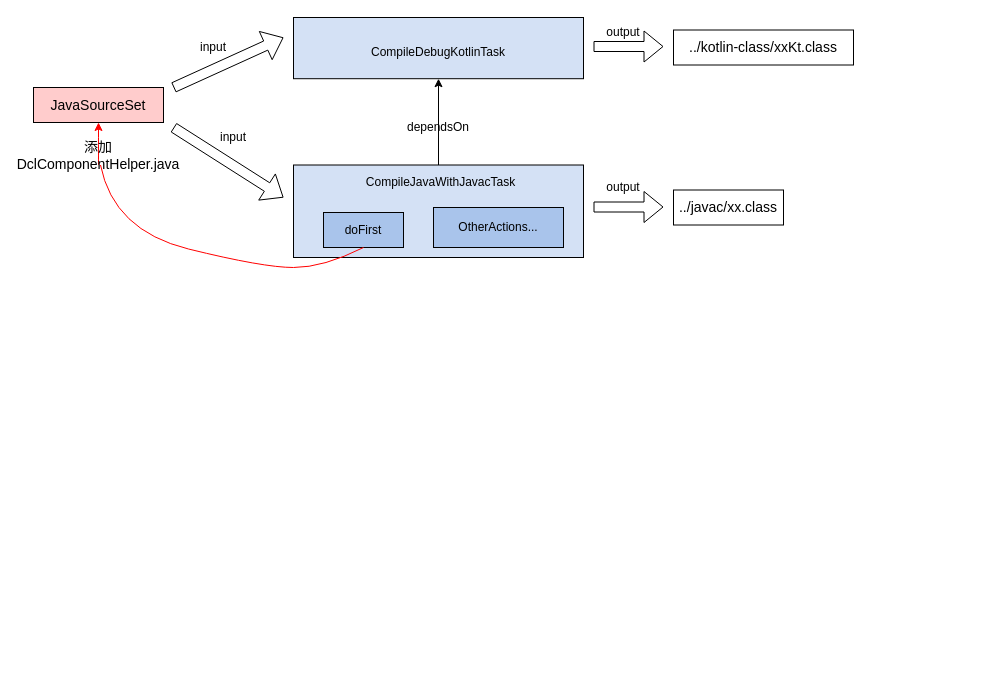
The draw.io diagram page "DclComponent" (2 of 26) of T9.drawio in shinecjj/UML, before the edit. Source tidied: cells renumbered, new cells numbered last; positions are measured from the earlier drawing's top-left corner, leaving out a move shared by most shapes. Both pictures are drawn from the tidied source at 100%, with x=0, y=0 at pixel (33, 17).
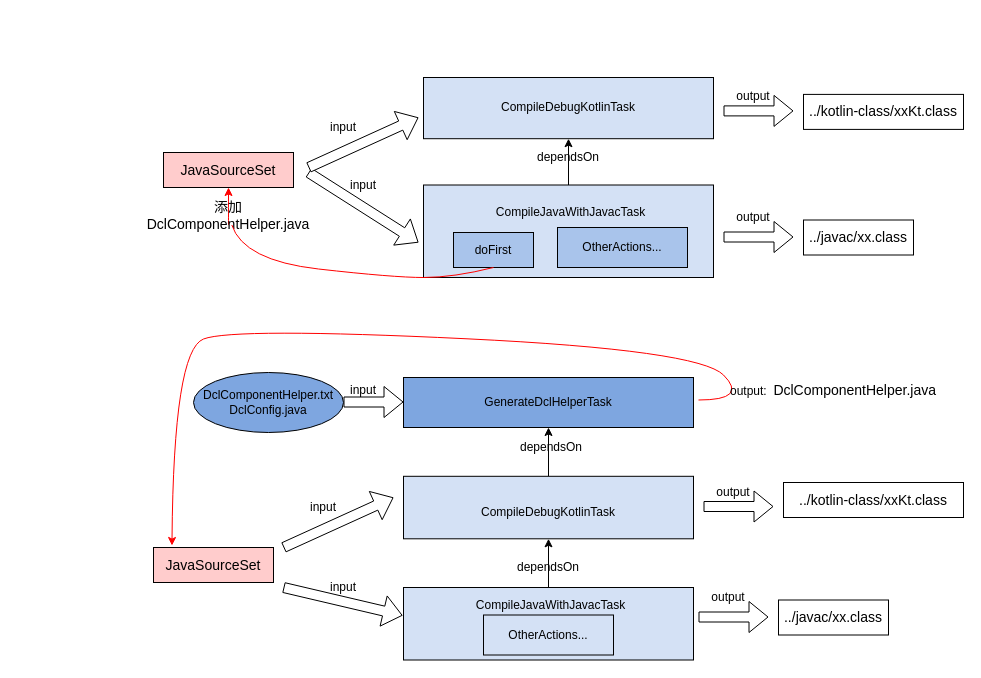
Above is the later version.

What changed in the source:
```diff
@@
     <mxCell id="2" style="rounded=0;whiteSpace=wrap;html=1;strokeColor=#000000;fillColor=#D4E1F5;" parent="1" vertex="1">
-      <mxGeometry x="260" y="147.5" width="290" height="92.5" as="geometry" />
+      <mxGeometry x="390" y="167.5" width="290" height="92.5" as="geometry" />
     </mxCell>
     <mxCell id="3" value="CompileJavaWithJavacTask" style="text;html=1;strokeColor=none;fillColor=none;align=center;verticalAlign=middle;whiteSpace=wrap;rounded=0;" parent="1" vertex="1">
-      <mxGeometry x="330" y="155" width="155" height="20" as="geometry" />
+      <mxGeometry x="460" y="185" width="155" height="20" as="geometry" />
     </mxCell>
     <mxCell id="4" value="doFirst" style="rounded=0;whiteSpace=wrap;html=1;strokeColor=#000000;fillColor=#A9C4EB;" parent="1" vertex="1">
-      <mxGeometry x="290" y="195" width="80" height="35" as="geometry" />
+      <mxGeometry x="420" y="215" width="80" height="35" as="geometry" />
     </mxCell>
     <mxCell id="5" value="OtherActions..." style="rounded=0;whiteSpace=wrap;html=1;strokeColor=#000000;fillColor=#A9C4EB;" parent="1" vertex="1">
-      <mxGeometry x="400" y="190" width="130" height="40" as="geometry" />
+      <mxGeometry x="524" y="210" width="130" height="40" as="geometry" />
     </mxCell>
     <mxCell id="6" value="&lt;span style=&quot;font-size: 14px&quot;&gt;JavaSourceSet&lt;/span&gt;" style="rounded=0;whiteSpace=wrap;html=1;strokeColor=#000000;fillColor=#FFCCCC;" parent="1" vertex="1">
-      <mxGeometry y="70" width="130" height="35" as="geometry" />
+      <mxGeometry x="130" y="135" width="130" height="35" as="geometry" />
     </mxCell>
@@
     <mxCell id="8" value="input" style="text;html=1;strokeColor=none;fillColor=none;align=center;verticalAlign=middle;whiteSpace=wrap;rounded=0;" parent="1" vertex="1">
-      <mxGeometry x="180" y="110" width="40" height="20" as="geometry" />
+      <mxGeometry x="310" y="157.5" width="40" height="20" as="geometry" />
     </mxCell>
     <mxCell id="9" style="shape=flexArrow;endArrow=classic;html=1;fillColor=#FFFFFF;" parent="1" edge="1">
       <mxGeometry relative="1" as="geometry">
-        <mxPoint x="560" y="189.5" as="sourcePoint" />
-        <mxPoint x="630" y="189.5" as="targetPoint" />
+        <mxPoint x="690" y="219.5" as="sourcePoint" />
+        <mxPoint x="760" y="219.5" as="targetPoint" />
       </mxGeometry>
     </mxCell>
     <mxCell id="10" value="output" style="text;html=1;strokeColor=none;fillColor=none;align=center;verticalAlign=middle;whiteSpace=wrap;rounded=0;" parent="1" vertex="1">
-      <mxGeometry x="570" y="160" width="40" height="20" as="geometry" />
+      <mxGeometry x="700" y="190" width="40" height="20" as="geometry" />
     </mxCell>
     <mxCell id="11" value="&lt;span style=&quot;font-size: 14px&quot;&gt;../javac/xx.class&lt;/span&gt;" style="rounded=0;whiteSpace=wrap;html=1;strokeColor=#000000;fillColor=none;" parent="1" vertex="1">
-      <mxGeometry x="640" y="172.5" width="110" height="35" as="geometry" />
+      <mxGeometry x="770" y="202.5" width="110" height="35" as="geometry" />
     </mxCell>
     <mxCell id="12" style="rounded=0;whiteSpace=wrap;html=1;strokeColor=#000000;fillColor=#D4E1F5;" parent="1" vertex="1">
-      <mxGeometry x="260" width="290" height="61.2" as="geometry" />
+      <mxGeometry x="390" y="60" width="290" height="61.2" as="geometry" />
     </mxCell>
     <mxCell id="13" value="CompileDebugKotlinTask" style="text;html=1;strokeColor=none;fillColor=none;align=center;verticalAlign=middle;whiteSpace=wrap;rounded=0;" parent="1" vertex="1">
-      <mxGeometry x="385" y="25" width="40" height="20" as="geometry" />
+      <mxGeometry x="515" y="80" width="40" height="20" as="geometry" />
     </mxCell>
@@
     <mxCell id="15" value="dependsOn" style="text;html=1;strokeColor=none;fillColor=none;align=center;verticalAlign=middle;whiteSpace=wrap;rounded=0;" parent="1" vertex="1">
-      <mxGeometry x="385" y="100" width="40" height="20" as="geometry" />
+      <mxGeometry x="515" y="130" width="40" height="20" as="geometry" />
     </mxCell>
     <mxCell id="16" style="shape=flexArrow;endArrow=classic;html=1;strokeColor=#000000;fillColor=#FFFFFF;" parent="1" edge="1">
       <mxGeometry relative="1" as="geometry">
-        <mxPoint x="140" y="110" as="sourcePoint" />
-        <mxPoint x="250" y="180" as="targetPoint" />
+        <mxPoint x="275" y="155" as="sourcePoint" />
+        <mxPoint x="385" y="225" as="targetPoint" />
       </mxGeometry>
     </mxCell>
     <mxCell id="17" style="shape=flexArrow;endArrow=classic;html=1;strokeColor=#000000;fillColor=#FFFFFF;" parent="1" edge="1">
       <mxGeometry relative="1" as="geometry">
-        <mxPoint x="140" y="70" as="sourcePoint" />
-        <mxPoint x="250" y="20" as="targetPoint" />
+        <mxPoint x="275" y="150" as="sourcePoint" />
+        <mxPoint x="385" y="100" as="targetPoint" />
       </mxGeometry>
     </mxCell>
     <mxCell id="18" value="input" style="text;html=1;strokeColor=none;fillColor=none;align=center;verticalAlign=middle;whiteSpace=wrap;rounded=0;" parent="1" vertex="1">
-      <mxGeometry x="160" y="20" width="40" height="20" as="geometry" />
+      <mxGeometry x="290" y="100" width="40" height="20" as="geometry" />
     </mxCell>
     <mxCell id="19" value="&lt;span style=&quot;font-size: 14px&quot;&gt;../kotlin-class/xxKt.class&lt;/span&gt;" style="rounded=0;whiteSpace=wrap;html=1;strokeColor=#000000;fillColor=none;" parent="1" vertex="1">
-      <mxGeometry x="640" y="12.5" width="180" height="35" as="geometry" />
+      <mxGeometry x="770" y="76.9" width="160" height="35" as="geometry" />
     </mxCell>
     <mxCell id="20" style="shape=flexArrow;endArrow=classic;html=1;fillColor=#FFFFFF;" parent="1" edge="1">
       <mxGeometry relative="1" as="geometry">
-        <mxPoint x="560" y="29" as="sourcePoint" />
-        <mxPoint x="630" y="29" as="targetPoint" />
+        <mxPoint x="690" y="93.4" as="sourcePoint" />
+        <mxPoint x="760" y="93.4" as="targetPoint" />
       </mxGeometry>
     </mxCell>
     <mxCell id="21" value="output" style="text;html=1;strokeColor=none;fillColor=none;align=center;verticalAlign=middle;whiteSpace=wrap;rounded=0;" parent="1" vertex="1">
-      <mxGeometry x="570" y="5" width="40" height="20" as="geometry" />
+      <mxGeometry x="700" y="69.4" width="40" height="20" as="geometry" />
     </mxCell>
     <mxCell id="22" value="&lt;font style=&quot;font-size: 14px&quot;&gt;添加DclComponentHelper.java&lt;/font&gt;" style="text;html=1;strokeColor=none;fillColor=none;align=center;verticalAlign=middle;whiteSpace=wrap;rounded=0;" parent="1" vertex="1">
-      <mxGeometry x="45" y="127.5" width="40" height="20" as="geometry" />
+      <mxGeometry x="175" y="187.5" width="40" height="20" as="geometry" />
     </mxCell>
     <mxCell id="23" style="curved=1;endArrow=none;html=1;fillColor=#FFFFFF;exitX=0.5;exitY=1;exitDx=0;exitDy=0;strokeColor=#FF0000;" parent="1" edge="1" source="4" target="22">
       <mxGeometry relative="1" as="geometry">
         <Array as="points">
-          <mxPoint x="290" y="250" />
-          <mxPoint x="230" y="250" />
-          <mxPoint x="80" y="213" />
+          <mxPoint x="420" y="260" />
+          <mxPoint x="360" y="260" />
+          <mxPoint x="210" y="243" />
         </Array>
       </mxGeometry>
     </mxCell>
+    <mxCell id="24" style="rounded=0;whiteSpace=wrap;html=1;strokeColor=#000000;fillColor=#D4E1F5;" parent="1" vertex="1">
+      <mxGeometry x="370" y="570" width="290" height="72.5" as="geometry" />
+    </mxCell>
+    <mxCell id="25" value="CompileJavaWithJavacTask" style="text;html=1;strokeColor=none;fillColor=none;align=center;verticalAlign=middle;whiteSpace=wrap;rounded=0;" parent="1" vertex="1">
+      <mxGeometry x="440" y="577.5" width="155" height="20" as="geometry" />
+    </mxCell>
+    <mxCell id="26" value="OtherActions..." style="rounded=0;whiteSpace=wrap;html=1;strokeColor=#000000;fillColor=#D4E1F5;" parent="1" vertex="1">
+      <mxGeometry x="450" y="597.5" width="130" height="40" as="geometry" />
+    </mxCell>
+    <mxCell id="27" value="&lt;span style=&quot;font-size: 14px&quot;&gt;JavaSourceSet&lt;/span&gt;" style="rounded=0;whiteSpace=wrap;html=1;strokeColor=#000000;fillColor=#FFCCCC;" parent="1" vertex="1">
+      <mxGeometry x="120" y="530" width="120" height="35" as="geometry" />
+    </mxCell>
+    <mxCell id="28" value="input" style="text;html=1;strokeColor=none;fillColor=none;align=center;verticalAlign=middle;whiteSpace=wrap;rounded=0;" parent="1" vertex="1">
+      <mxGeometry x="290" y="550" width="40" height="40" as="geometry" />
+    </mxCell>
+    <mxCell id="29" style="shape=flexArrow;endArrow=classic;html=1;fillColor=#FFFFFF;" parent="1" edge="1">
+      <mxGeometry relative="1" as="geometry">
+        <mxPoint x="665" y="599.5" as="sourcePoint" />
+        <mxPoint x="735" y="599.5" as="targetPoint" />
+      </mxGeometry>
+    </mxCell>
+    <mxCell id="30" value="output" style="text;html=1;strokeColor=none;fillColor=none;align=center;verticalAlign=middle;whiteSpace=wrap;rounded=0;" parent="1" vertex="1">
+      <mxGeometry x="675" y="570" width="40" height="20" as="geometry" />
+    </mxCell>
+    <mxCell id="31" value="&lt;span style=&quot;font-size: 14px&quot;&gt;../javac/xx.class&lt;/span&gt;" style="rounded=0;whiteSpace=wrap;html=1;strokeColor=#000000;fillColor=none;" parent="1" vertex="1">
+      <mxGeometry x="745" y="582.5" width="110" height="35" as="geometry" />
+    </mxCell>
+    <mxCell id="32" style="edgeStyle=orthogonalEdgeStyle;rounded=0;jettySize=auto;html=1;strokeColor=#000000;fillColor=#FFFFFF;" parent="1" edge="1" source="33" target="43">
+      <mxGeometry relative="1" as="geometry" />
+    </mxCell>
+    <mxCell id="33" style="rounded=0;whiteSpace=wrap;html=1;strokeColor=#000000;fillColor=#D4E1F5;" parent="1" vertex="1">
+      <mxGeometry x="370" y="458.8" width="290" height="62.5" as="geometry" />
+    </mxCell>
+    <mxCell id="34" value="CompileDebugKotlinTask" style="text;html=1;strokeColor=none;fillColor=none;align=center;verticalAlign=middle;whiteSpace=wrap;rounded=0;" parent="1" vertex="1">
+      <mxGeometry x="495" y="485" width="40" height="20" as="geometry" />
+    </mxCell>
+    <mxCell id="35" style="edgeStyle=orthogonalEdgeStyle;rounded=0;jettySize=auto;html=1;strokeColor=#000000;fillColor=#FFFFFF;exitX=0.5;exitY=0;exitDx=0;exitDy=0;" parent="1" edge="1" source="24" target="33">
+      <mxGeometry relative="1" as="geometry" />
+    </mxCell>
+    <mxCell id="36" value="dependsOn" style="text;html=1;strokeColor=none;fillColor=none;align=center;verticalAlign=middle;whiteSpace=wrap;rounded=0;" parent="1" vertex="1">
+      <mxGeometry x="495" y="540" width="40" height="20" as="geometry" />
+    </mxCell>
+    <mxCell id="37" style="shape=flexArrow;endArrow=classic;html=1;strokeColor=#000000;fillColor=#FFFFFF;entryX=-0.003;entryY=0.386;entryDx=0;entryDy=0;entryPerimeter=0;" parent="1" edge="1" target="24">
+      <mxGeometry relative="1" as="geometry">
+        <mxPoint x="250" y="570" as="sourcePoint" />
+      </mxGeometry>
+    </mxCell>
+    <mxCell id="38" style="shape=flexArrow;endArrow=classic;html=1;strokeColor=#000000;fillColor=#FFFFFF;" parent="1" edge="1">
+      <mxGeometry relative="1" as="geometry">
+        <mxPoint x="250" y="530" as="sourcePoint" />
+        <mxPoint x="360" y="480" as="targetPoint" />
+      </mxGeometry>
+    </mxCell>
+    <mxCell id="39" value="input" style="text;html=1;strokeColor=none;fillColor=none;align=center;verticalAlign=middle;whiteSpace=wrap;rounded=0;" parent="1" vertex="1">
+      <mxGeometry x="270" y="480" width="40" height="20" as="geometry" />
+    </mxCell>
+    <mxCell id="40" value="&lt;span style=&quot;font-size: 14px&quot;&gt;../kotlin-class/xxKt.class&lt;/span&gt;" style="rounded=0;whiteSpace=wrap;html=1;strokeColor=#000000;fillColor=none;" parent="1" vertex="1">
+      <mxGeometry x="750" y="465" width="180" height="35" as="geometry" />
+    </mxCell>
+    <mxCell id="41" style="shape=flexArrow;endArrow=classic;html=1;fillColor=#FFFFFF;" parent="1" edge="1">
+      <mxGeometry relative="1" as="geometry">
+        <mxPoint x="670" y="489" as="sourcePoint" />
+        <mxPoint x="740" y="489" as="targetPoint" />
+      </mxGeometry>
+    </mxCell>
+    <mxCell id="42" value="output" style="text;html=1;strokeColor=none;fillColor=none;align=center;verticalAlign=middle;whiteSpace=wrap;rounded=0;" parent="1" vertex="1">
+      <mxGeometry x="680" y="465" width="40" height="20" as="geometry" />
+    </mxCell>
+    <mxCell id="43" value="GenerateDclHelperTask" style="rounded=0;whiteSpace=wrap;html=1;strokeColor=#000000;fillColor=#7EA6E0;" parent="1" vertex="1">
+      <mxGeometry x="370" y="360" width="290" height="50" as="geometry" />
+    </mxCell>
+    <mxCell id="44" style="shape=flexArrow;endArrow=classic;html=1;strokeColor=#000000;fillColor=#FFFFFF;" parent="1" edge="1">
+      <mxGeometry relative="1" as="geometry">
+        <mxPoint x="310" y="384.5" as="sourcePoint" />
+        <mxPoint x="370" y="384.5" as="targetPoint" />
+      </mxGeometry>
+    </mxCell>
+    <mxCell id="45" value="input" style="text;html=1;strokeColor=none;fillColor=none;align=center;verticalAlign=middle;whiteSpace=wrap;rounded=0;" parent="1" vertex="1">
+      <mxGeometry x="310" y="362.5" width="40" height="20" as="geometry" />
+    </mxCell>
+    <mxCell id="46" value="&lt;span&gt;DclComponentHelper.txt&lt;br&gt;&lt;/span&gt;DclConfig.java" style="ellipse;whiteSpace=wrap;html=1;strokeColor=#000000;fillColor=#7EA6E0;" parent="1" vertex="1">
+      <mxGeometry x="160" y="355" width="150" height="60" as="geometry" />
+    </mxCell>
+    <mxCell id="47" style="curved=1;endArrow=classic;html=1;strokeColor=#FF0000;fillColor=#FFFFFF;entryX=0.154;entryY=-0.057;entryDx=0;entryDy=0;entryPerimeter=0;" parent="1" edge="1" target="27">
+      <mxGeometry relative="1" as="geometry">
+        <mxPoint x="665" y="382.5" as="sourcePoint" />
+        <Array as="points">
+          <mxPoint x="715" y="382.5" />
+          <mxPoint x="665" y="332.5" />
+          <mxPoint x="200" y="310" />
+          <mxPoint x="140" y="333" />
+        </Array>
+      </mxGeometry>
+    </mxCell>
+    <mxCell id="48" value="output:&amp;nbsp;&amp;nbsp;&lt;span style=&quot;font-family: &amp;#34;helvetica&amp;#34; ; font-size: 14px&quot;&gt;DclComponentHelper.java&lt;/span&gt;" style="text;html=1;strokeColor=none;fillColor=none;align=center;verticalAlign=middle;whiteSpace=wrap;rounded=0;" parent="1" vertex="1">
+      <mxGeometry x="715" y="362.5" width="170" height="20" as="geometry" />
+    </mxCell>
+    <mxCell id="49" value="dependsOn" style="text;html=1;strokeColor=none;fillColor=none;align=center;verticalAlign=middle;whiteSpace=wrap;rounded=0;" parent="1" vertex="1">
+      <mxGeometry x="497.5" y="420" width="40" height="20" as="geometry" />
+    </mxCell>
```
